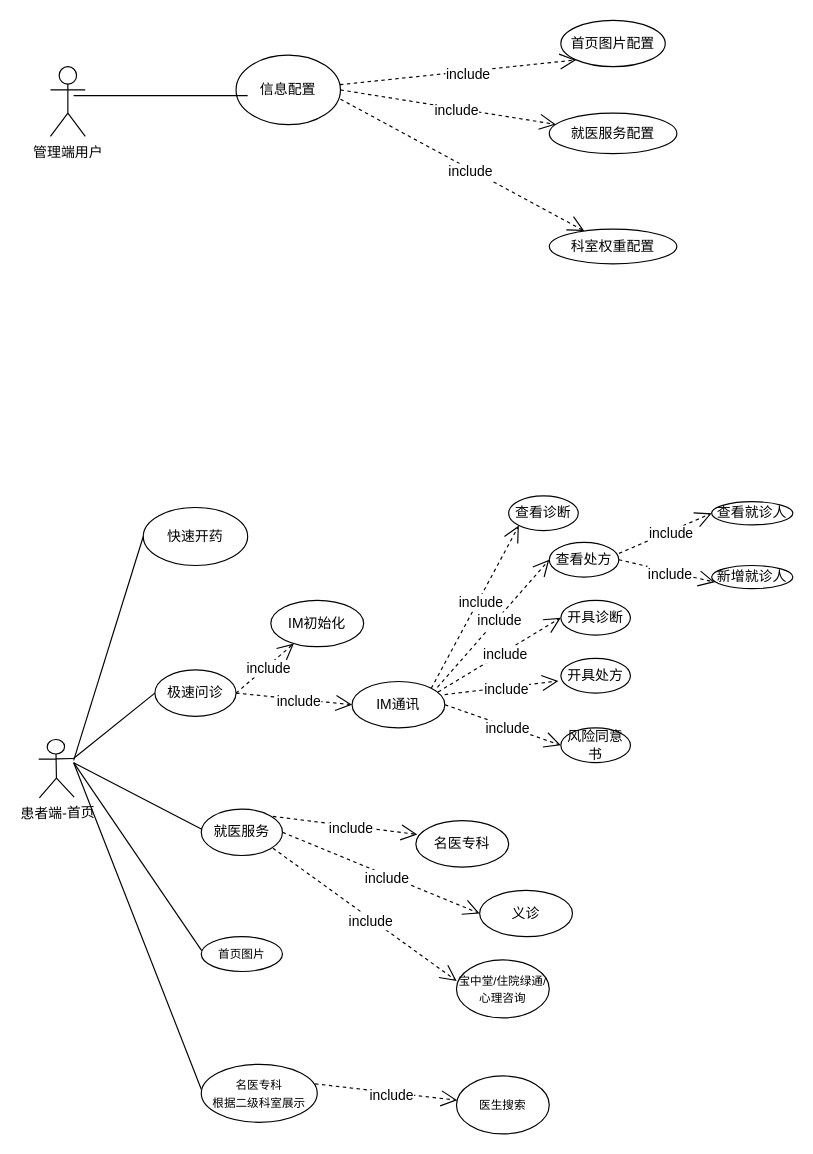
robustwang/uml keeps this draw.io diagram as 首页优化流程.drawio. Above is the earlier version. Source tidied: cells renumbered, new cells numbered last; positions are measured from the earlier drawing's top-left corner, leaving out a move shared by most shapes. Both pictures are drawn from the tidied source at 116%, with x=0, y=0 at pixel (38, 20).
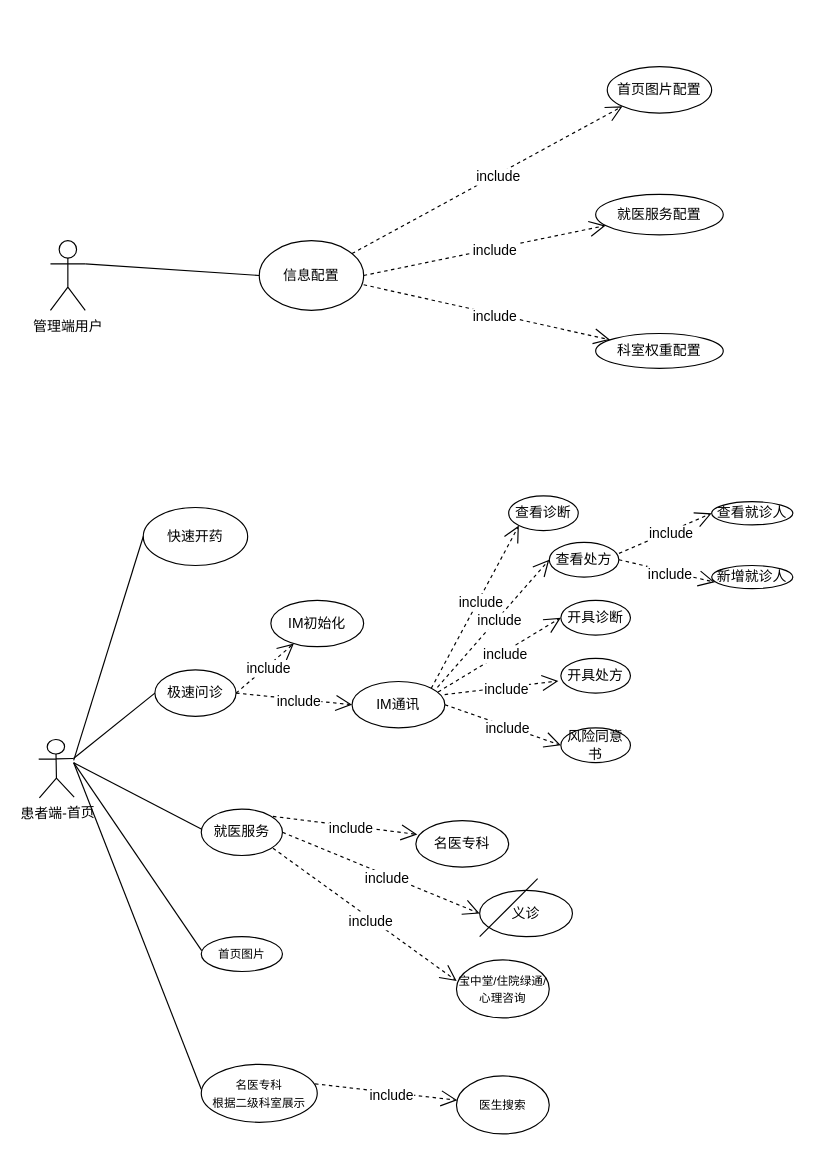
Above is the later version.

Commit message (it also covers changes not shown here):
更新首页优化流程.drawio

Diff of the diagram source:
```diff
@@
     <mxCell id="2" value="管理端用户" style="shape=umlActor;verticalLabelPosition=bottom;labelBackgroundColor=#ffffff;verticalAlign=top;html=1;" parent="1" vertex="1">
-      <mxGeometry x="10" y="40" width="30" height="60" as="geometry" />
+      <mxGeometry x="10" y="190" width="30" height="60" as="geometry" />
     </mxCell>
@@
     <mxCell id="4" value="信息配置" style="ellipse;whiteSpace=wrap;html=1;" parent="1" vertex="1">
-      <mxGeometry x="170" y="30" width="90" height="60" as="geometry" />
+      <mxGeometry x="190" y="190" width="90" height="60" as="geometry" />
     </mxCell>
-    <mxCell id="5" style="line;strokeWidth=1;fillColor=none;align=left;verticalAlign=middle;spacingTop=-1;spacingLeft=3;spacingRight=3;labelPosition=right;" parent="1" vertex="1">
-      <mxGeometry x="30" y="61" width="150" height="8" as="geometry" />
-    </mxCell>
     <mxCell id="6" value="首页图片配置" style="ellipse;whiteSpace=wrap;html=1;" parent="1" vertex="1">
-      <mxGeometry x="450" width="90" height="40" as="geometry" />
+      <mxGeometry x="490" y="40" width="90" height="40" as="geometry" />
     </mxCell>
     <mxCell id="7" value="就医服务配置" style="ellipse;whiteSpace=wrap;html=1;" parent="1" vertex="1">
-      <mxGeometry x="440" y="80" width="110" height="35" as="geometry" />
+      <mxGeometry x="480" y="150" width="110" height="35" as="geometry" />
     </mxCell>
     <mxCell id="8" value="科室权重配置" style="ellipse;whiteSpace=wrap;html=1;" parent="1" vertex="1">
-      <mxGeometry x="440" y="180" width="110" height="30" as="geometry" />
+      <mxGeometry x="480" y="270" width="110" height="30" as="geometry" />
     </mxCell>
@@
+    <mxCell id="64" style="endArrow=none;html=1;" parent="1" edge="1">
+      <mxGeometry relative="1" as="geometry">
+        <mxPoint x="380" y="790" as="sourcePoint" />
+        <mxPoint x="430" y="740" as="targetPoint" />
+      </mxGeometry>
+    </mxCell>
+    <mxCell id="65" style="endArrow=none;html=1;entryX=0;entryY=0.5;entryDx=0;entryDy=0;exitX=1;exitY=0.3333333333333333;exitDx=0;exitDy=0;exitPerimeter=0;" parent="1" edge="1" source="2" target="4">
+      <mxGeometry relative="1" as="geometry" />
+    </mxCell>
```
